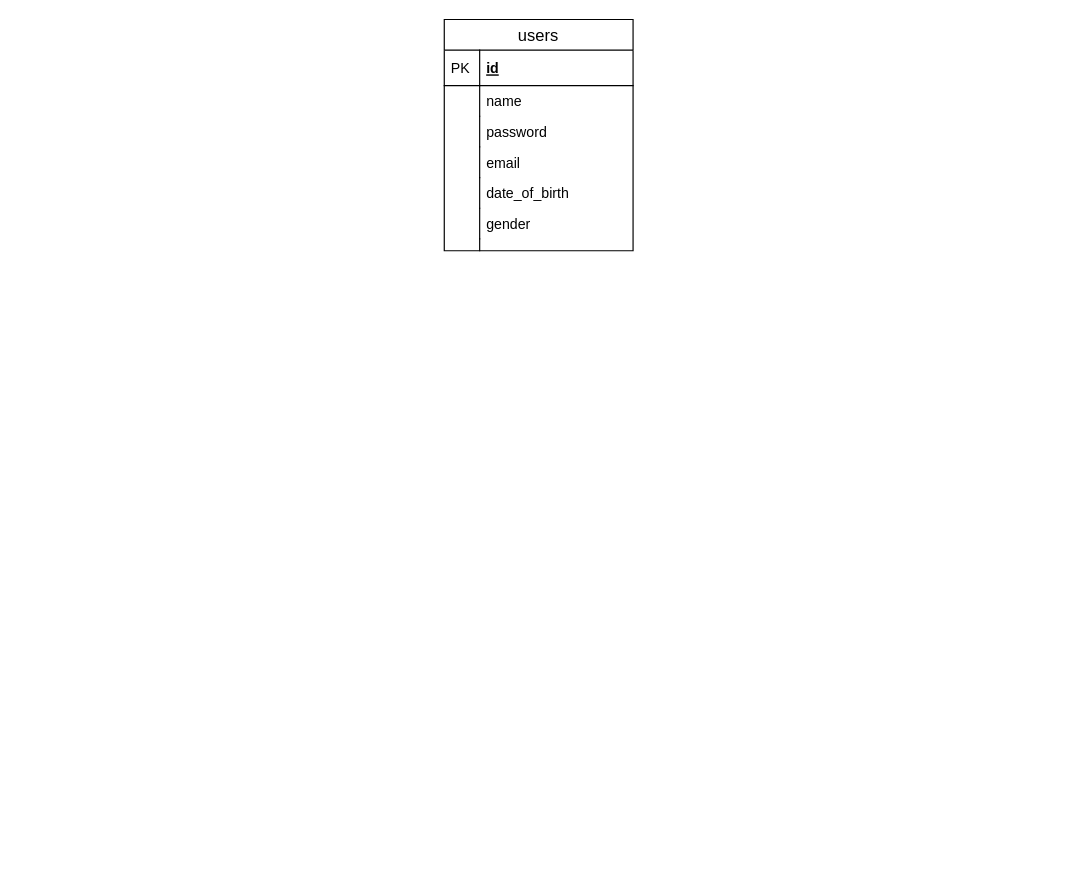
This is page "ERD" (2 of 2) of Diagrams.drawio from brandon-julio-t/mini-classroom, a draw.io file, before an edit. Source tidied: cells renumbered, new cells numbered last; positions are measured from the earlier drawing's top-left corner, leaving out a move shared by most shapes. Both pictures are drawn from the tidied source at 118%, with x=0, y=0 at pixel (444, 19).
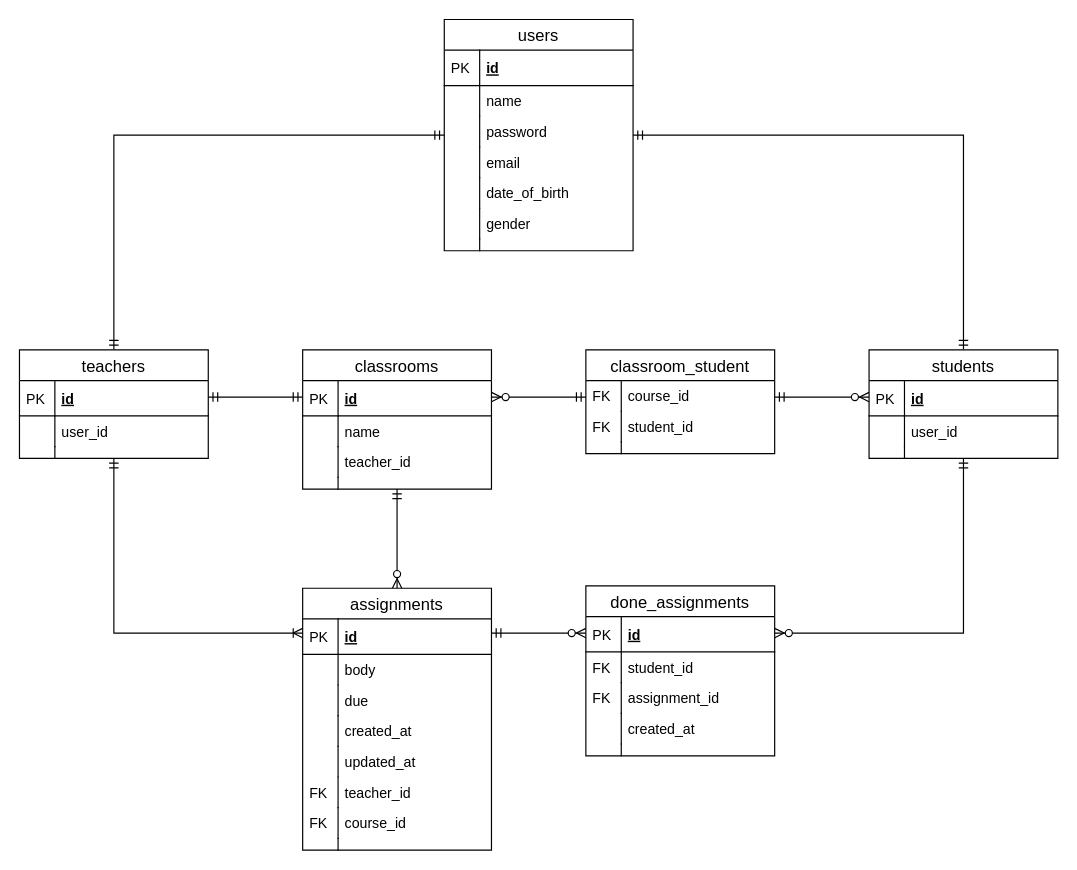
The same page after the edit.

Unchanged cells that the change refers to:
```xml
<mxCell id="2" value="users" style="swimlane;fontStyle=0;horizontal=1;startSize=26;align=center;fontSize=14;" parent="1" vertex="1">
  <mxGeometry width="160" height="196" as="geometry" />
</mxCell>
```

The edit, as a diff of the source:
```diff
@@
+    <mxCell id="17" style="edgeStyle=orthogonalEdgeStyle;rounded=0;jettySize=auto;html=1;endArrow=ERmandOne;endFill=0;startArrow=ERmandOne;startFill=0;" parent="1" edge="1" source="2" target="77">
+      <mxGeometry relative="1" as="geometry" />
+    </mxCell>
+    <mxCell id="18" style="edgeStyle=orthogonalEdgeStyle;rounded=0;jettySize=auto;html=1;startArrow=ERmandOne;startFill=0;endArrow=ERmandOne;endFill=0;" parent="1" edge="1" source="2" target="24">
+      <mxGeometry relative="1" as="geometry" />
+    </mxCell>
+    <mxCell id="19" style="edgeStyle=orthogonalEdgeStyle;rounded=0;jettySize=auto;html=1;startArrow=ERmandOne;startFill=0;endArrow=ERoneToMany;endFill=0;" parent="1" edge="1" source="24" target="44">
+      <mxGeometry relative="1" as="geometry">
+        <Array as="points">
+          <mxPoint x="-280" y="520" />
+        </Array>
+      </mxGeometry>
+    </mxCell>
+    <mxCell id="20" style="edgeStyle=orthogonalEdgeStyle;rounded=0;jettySize=auto;html=1;endArrow=ERzeroToMany;endFill=1;startArrow=ERmandOne;startFill=0;" parent="1" edge="1" source="77" target="33">
+      <mxGeometry relative="1" as="geometry">
+        <Array as="points">
+          <mxPoint x="440" y="520" />
+        </Array>
+      </mxGeometry>
+    </mxCell>
+    <mxCell id="21" style="edgeStyle=orthogonalEdgeStyle;rounded=0;jettySize=auto;html=1;endArrow=ERzeroToMany;endFill=1;startArrow=ERmandOne;startFill=0;" parent="1" edge="1" source="44" target="33">
+      <mxGeometry relative="1" as="geometry">
+        <Array as="points">
+          <mxPoint x="80" y="520" />
+          <mxPoint x="80" y="520" />
+        </Array>
+      </mxGeometry>
+    </mxCell>
+    <mxCell id="22" style="edgeStyle=orthogonalEdgeStyle;rounded=0;jettySize=auto;html=1;endArrow=ERmandOne;endFill=0;startArrow=ERzeroToMany;startFill=1;" parent="1" edge="1" source="44" target="61">
+      <mxGeometry relative="1" as="geometry" />
+    </mxCell>
+    <mxCell id="23" style="edgeStyle=orthogonalEdgeStyle;rounded=0;jettySize=auto;html=1;startArrow=ERmandOne;startFill=0;endArrow=ERmandOne;endFill=0;" parent="1" edge="1" source="24" target="61">
+      <mxGeometry relative="1" as="geometry">
+        <Array as="points">
+          <mxPoint x="-180" y="320" />
+          <mxPoint x="-180" y="320" />
+        </Array>
+      </mxGeometry>
+    </mxCell>
+    <mxCell id="24" value="teachers" style="swimlane;fontStyle=0;horizontal=1;startSize=26;align=center;fontSize=14;" parent="1" vertex="1">
+      <mxGeometry x="-360" y="280" width="160" height="92" as="geometry" />
+    </mxCell>
+    <mxCell id="25" value="id" style="shape=partialRectangle;top=0;left=0;right=0;bottom=1;align=left;verticalAlign=middle;fillColor=none;spacingLeft=34;spacingRight=4;overflow=hidden;fontStyle=5;fontSize=12;" parent="24" vertex="1">
+      <mxGeometry y="26" width="160" height="30" as="geometry" />
+    </mxCell>
+    <mxCell id="26" value="PK" style="shape=partialRectangle;top=0;left=0;bottom=0;fillColor=none;align=left;verticalAlign=middle;spacingLeft=4;spacingRight=4;overflow=hidden;fontSize=12;" parent="25" vertex="1">
+      <mxGeometry width="30" height="30" as="geometry" />
+    </mxCell>
+    <mxCell id="27" value="user_id" style="shape=partialRectangle;top=0;left=0;right=0;bottom=0;align=left;verticalAlign=top;fillColor=none;spacingLeft=34;spacingRight=4;overflow=hidden;fontSize=12;" parent="24" vertex="1">
+      <mxGeometry y="56" width="160" height="26" as="geometry" />
+    </mxCell>
+    <mxCell id="28" style="shape=partialRectangle;top=0;left=0;bottom=0;fillColor=none;align=left;verticalAlign=top;spacingLeft=4;spacingRight=4;overflow=hidden;fontSize=12;" parent="27" vertex="1">
+      <mxGeometry width="30" height="26" as="geometry" />
+    </mxCell>
+    <mxCell id="29" style="shape=partialRectangle;top=0;left=0;right=0;bottom=0;align=left;verticalAlign=top;fillColor=none;spacingLeft=34;spacingRight=4;overflow=hidden;fontSize=12;" parent="24" vertex="1">
+      <mxGeometry y="82" width="160" height="10" as="geometry" />
+    </mxCell>
+    <mxCell id="30" style="shape=partialRectangle;top=0;left=0;bottom=0;fillColor=none;align=left;verticalAlign=top;spacingLeft=4;spacingRight=4;overflow=hidden;fontSize=12;" parent="29" vertex="1">
+      <mxGeometry width="30" height="10" as="geometry" />
+    </mxCell>
+    <mxCell id="31" style="edgeStyle=orthogonalEdgeStyle;rounded=0;jettySize=auto;html=1;startArrow=ERmandOne;startFill=0;endArrow=ERzeroToMany;endFill=1;" parent="1" edge="1" source="70" target="61">
+      <mxGeometry relative="1" as="geometry">
+        <Array as="points">
+          <mxPoint x="100" y="320" />
+          <mxPoint x="100" y="320" />
+        </Array>
+      </mxGeometry>
+    </mxCell>
+    <mxCell id="32" style="edgeStyle=orthogonalEdgeStyle;rounded=0;jettySize=auto;html=1;startArrow=ERmandOne;startFill=0;endArrow=ERzeroToMany;endFill=1;" parent="1" edge="1" source="70" target="77">
+      <mxGeometry relative="1" as="geometry">
+        <Array as="points">
+          <mxPoint x="300" y="320" />
+          <mxPoint x="300" y="320" />
+        </Array>
+      </mxGeometry>
+    </mxCell>
+    <mxCell id="33" value="done_assignments" style="swimlane;fontStyle=0;horizontal=1;startSize=26;align=center;fontSize=14;" parent="1" vertex="1">
+      <mxGeometry x="120" y="480" width="160" height="144" as="geometry" />
+    </mxCell>
+    <mxCell id="34" value="id" style="shape=partialRectangle;top=0;left=0;right=0;bottom=1;align=left;verticalAlign=middle;fillColor=none;spacingLeft=34;spacingRight=4;overflow=hidden;fontStyle=5;fontSize=12;" parent="33" vertex="1">
+      <mxGeometry y="26" width="160" height="30" as="geometry" />
+    </mxCell>
+    <mxCell id="35" value="PK" style="shape=partialRectangle;top=0;left=0;bottom=0;fillColor=none;align=left;verticalAlign=middle;spacingLeft=4;spacingRight=4;overflow=hidden;fontSize=12;" parent="34" vertex="1">
+      <mxGeometry width="30" height="30" as="geometry" />
+    </mxCell>
+    <mxCell id="36" value="student_id" style="shape=partialRectangle;top=0;left=0;right=0;bottom=0;align=left;verticalAlign=top;fillColor=none;spacingLeft=34;spacingRight=4;overflow=hidden;fontSize=12;" parent="33" vertex="1">
+      <mxGeometry y="56" width="160" height="26" as="geometry" />
+    </mxCell>
+    <mxCell id="37" value="FK" style="shape=partialRectangle;top=0;left=0;bottom=0;fillColor=none;align=left;verticalAlign=top;spacingLeft=4;spacingRight=4;overflow=hidden;fontSize=12;" parent="36" vertex="1">
+      <mxGeometry width="30" height="26" as="geometry" />
+    </mxCell>
+    <mxCell id="38" value="assignment_id" style="shape=partialRectangle;top=0;left=0;right=0;bottom=0;align=left;verticalAlign=top;fillColor=none;spacingLeft=34;spacingRight=4;overflow=hidden;fontSize=12;" parent="33" vertex="1">
+      <mxGeometry y="82" width="160" height="26" as="geometry" />
+    </mxCell>
+    <mxCell id="39" value="FK" style="shape=partialRectangle;top=0;left=0;bottom=0;fillColor=none;align=left;verticalAlign=top;spacingLeft=4;spacingRight=4;overflow=hidden;fontSize=12;" parent="38" vertex="1">
+      <mxGeometry width="30" height="26" as="geometry" />
+    </mxCell>
+    <mxCell id="40" value="created_at" style="shape=partialRectangle;top=0;left=0;right=0;bottom=0;align=left;verticalAlign=top;fillColor=none;spacingLeft=34;spacingRight=4;overflow=hidden;fontSize=12;" parent="33" vertex="1">
+      <mxGeometry y="108" width="160" height="26" as="geometry" />
+    </mxCell>
+    <mxCell id="41" style="shape=partialRectangle;top=0;left=0;bottom=0;fillColor=none;align=left;verticalAlign=top;spacingLeft=4;spacingRight=4;overflow=hidden;fontSize=12;" parent="40" vertex="1">
+      <mxGeometry width="30" height="26" as="geometry" />
+    </mxCell>
+    <mxCell id="42" style="shape=partialRectangle;top=0;left=0;right=0;bottom=0;align=left;verticalAlign=top;fillColor=none;spacingLeft=34;spacingRight=4;overflow=hidden;fontSize=12;" parent="33" vertex="1">
+      <mxGeometry y="134" width="160" height="10" as="geometry" />
+    </mxCell>
+    <mxCell id="43" style="shape=partialRectangle;top=0;left=0;bottom=0;fillColor=none;align=left;verticalAlign=top;spacingLeft=4;spacingRight=4;overflow=hidden;fontSize=12;" parent="42" vertex="1">
+      <mxGeometry width="30" height="10" as="geometry" />
+    </mxCell>
+    <mxCell id="44" value="assignments" style="swimlane;fontStyle=0;horizontal=1;startSize=26;align=center;fontSize=14;" parent="1" vertex="1">
+      <mxGeometry x="-120" y="482" width="160" height="222" as="geometry" />
+    </mxCell>
+    <mxCell id="45" value="id" style="shape=partialRectangle;top=0;left=0;right=0;bottom=1;align=left;verticalAlign=middle;fillColor=none;spacingLeft=34;spacingRight=4;overflow=hidden;fontStyle=5;fontSize=12;" parent="44" vertex="1">
+      <mxGeometry y="26" width="160" height="30" as="geometry" />
+    </mxCell>
+    <mxCell id="46" value="PK" style="shape=partialRectangle;top=0;left=0;bottom=0;fillColor=none;align=left;verticalAlign=middle;spacingLeft=4;spacingRight=4;overflow=hidden;fontSize=12;" parent="45" vertex="1">
+      <mxGeometry width="30" height="30" as="geometry" />
+    </mxCell>
+    <mxCell id="47" value="body" style="shape=partialRectangle;top=0;left=0;right=0;bottom=0;align=left;verticalAlign=top;fillColor=none;spacingLeft=34;spacingRight=4;overflow=hidden;fontSize=12;" parent="44" vertex="1">
+      <mxGeometry y="56" width="160" height="26" as="geometry" />
+    </mxCell>
+    <mxCell id="48" style="shape=partialRectangle;top=0;left=0;bottom=0;fillColor=none;align=left;verticalAlign=top;spacingLeft=4;spacingRight=4;overflow=hidden;fontSize=12;" parent="47" vertex="1">
+      <mxGeometry width="30" height="26" as="geometry" />
+    </mxCell>
+    <mxCell id="49" value="due" style="shape=partialRectangle;top=0;left=0;right=0;bottom=0;align=left;verticalAlign=top;fillColor=none;spacingLeft=34;spacingRight=4;overflow=hidden;fontSize=12;" parent="44" vertex="1">
+      <mxGeometry y="82" width="160" height="26" as="geometry" />
+    </mxCell>
+    <mxCell id="50" style="shape=partialRectangle;top=0;left=0;bottom=0;fillColor=none;align=left;verticalAlign=top;spacingLeft=4;spacingRight=4;overflow=hidden;fontSize=12;" parent="49" vertex="1">
+      <mxGeometry width="30" height="26" as="geometry" />
+    </mxCell>
+    <mxCell id="51" value="created_at" style="shape=partialRectangle;top=0;left=0;right=0;bottom=0;align=left;verticalAlign=top;fillColor=none;spacingLeft=34;spacingRight=4;overflow=hidden;fontSize=12;" parent="44" vertex="1">
+      <mxGeometry y="108" width="160" height="26" as="geometry" />
+    </mxCell>
+    <mxCell id="52" style="shape=partialRectangle;top=0;left=0;bottom=0;fillColor=none;align=left;verticalAlign=top;spacingLeft=4;spacingRight=4;overflow=hidden;fontSize=12;" parent="51" vertex="1">
+      <mxGeometry width="30" height="26" as="geometry" />
+    </mxCell>
+    <mxCell id="53" value="updated_at" style="shape=partialRectangle;top=0;left=0;right=0;bottom=0;align=left;verticalAlign=top;fillColor=none;spacingLeft=34;spacingRight=4;overflow=hidden;fontSize=12;" parent="44" vertex="1">
+      <mxGeometry y="134" width="160" height="26" as="geometry" />
+    </mxCell>
+    <mxCell id="54" style="shape=partialRectangle;top=0;left=0;bottom=0;fillColor=none;align=left;verticalAlign=top;spacingLeft=4;spacingRight=4;overflow=hidden;fontSize=12;" parent="53" vertex="1">
+      <mxGeometry width="30" height="26" as="geometry" />
+    </mxCell>
+    <mxCell id="55" value="teacher_id" style="shape=partialRectangle;top=0;left=0;right=0;bottom=0;align=left;verticalAlign=top;fillColor=none;spacingLeft=34;spacingRight=4;overflow=hidden;fontSize=12;" parent="44" vertex="1">
+      <mxGeometry y="160" width="160" height="26" as="geometry" />
+    </mxCell>
+    <mxCell id="56" value="FK" style="shape=partialRectangle;top=0;left=0;bottom=0;fillColor=none;align=left;verticalAlign=top;spacingLeft=4;spacingRight=4;overflow=hidden;fontSize=12;" parent="55" vertex="1">
+      <mxGeometry width="30" height="26" as="geometry" />
+    </mxCell>
+    <mxCell id="57" value="course_id" style="shape=partialRectangle;top=0;left=0;right=0;bottom=0;align=left;verticalAlign=top;fillColor=none;spacingLeft=34;spacingRight=4;overflow=hidden;fontSize=12;" parent="44" vertex="1">
+      <mxGeometry y="186" width="160" height="26" as="geometry" />
+    </mxCell>
+    <mxCell id="58" value="FK" style="shape=partialRectangle;top=0;left=0;bottom=0;fillColor=none;align=left;verticalAlign=top;spacingLeft=4;spacingRight=4;overflow=hidden;fontSize=12;" parent="57" vertex="1">
+      <mxGeometry width="30" height="26" as="geometry" />
+    </mxCell>
+    <mxCell id="59" style="shape=partialRectangle;top=0;left=0;right=0;bottom=0;align=left;verticalAlign=top;fillColor=none;spacingLeft=34;spacingRight=4;overflow=hidden;fontSize=12;" parent="44" vertex="1">
+      <mxGeometry y="212" width="160" height="10" as="geometry" />
+    </mxCell>
+    <mxCell id="60" style="shape=partialRectangle;top=0;left=0;bottom=0;fillColor=none;align=left;verticalAlign=top;spacingLeft=4;spacingRight=4;overflow=hidden;fontSize=12;" parent="59" vertex="1">
+      <mxGeometry width="30" height="10" as="geometry" />
+    </mxCell>
+    <mxCell id="61" value="classrooms" style="swimlane;fontStyle=0;horizontal=1;startSize=26;align=center;fontSize=14;" parent="1" vertex="1">
+      <mxGeometry x="-120" y="280" width="160" height="118" as="geometry" />
+    </mxCell>
+    <mxCell id="62" value="id" style="shape=partialRectangle;top=0;left=0;right=0;bottom=1;align=left;verticalAlign=middle;fillColor=none;spacingLeft=34;spacingRight=4;overflow=hidden;fontStyle=5;fontSize=12;" parent="61" vertex="1">
+      <mxGeometry y="26" width="160" height="30" as="geometry" />
+    </mxCell>
+    <mxCell id="63" value="PK" style="shape=partialRectangle;top=0;left=0;bottom=0;fillColor=none;align=left;verticalAlign=middle;spacingLeft=4;spacingRight=4;overflow=hidden;fontSize=12;" parent="62" vertex="1">
+      <mxGeometry width="30" height="30" as="geometry" />
+    </mxCell>
+    <mxCell id="64" value="name" style="shape=partialRectangle;top=0;left=0;right=0;bottom=0;align=left;verticalAlign=top;fillColor=none;spacingLeft=34;spacingRight=4;overflow=hidden;fontSize=12;" parent="61" vertex="1">
+      <mxGeometry y="56" width="160" height="26" as="geometry" />
+    </mxCell>
+    <mxCell id="65" style="shape=partialRectangle;top=0;left=0;bottom=0;fillColor=none;align=left;verticalAlign=top;spacingLeft=4;spacingRight=4;overflow=hidden;fontSize=12;" parent="64" vertex="1">
+      <mxGeometry width="30" height="26" as="geometry" />
+    </mxCell>
+    <mxCell id="66" value="teacher_id" style="shape=partialRectangle;top=0;left=0;right=0;bottom=0;align=left;verticalAlign=top;fillColor=none;spacingLeft=34;spacingRight=4;overflow=hidden;fontSize=12;" parent="61" vertex="1">
+      <mxGeometry y="82" width="160" height="26" as="geometry" />
+    </mxCell>
+    <mxCell id="67" style="shape=partialRectangle;top=0;left=0;bottom=0;fillColor=none;align=left;verticalAlign=top;spacingLeft=4;spacingRight=4;overflow=hidden;fontSize=12;" parent="66" vertex="1">
+      <mxGeometry width="30" height="26" as="geometry" />
+    </mxCell>
+    <mxCell id="68" style="shape=partialRectangle;top=0;left=0;right=0;bottom=0;align=left;verticalAlign=top;fillColor=none;spacingLeft=34;spacingRight=4;overflow=hidden;fontSize=12;" parent="61" vertex="1">
+      <mxGeometry y="108" width="160" height="10" as="geometry" />
+    </mxCell>
+    <mxCell id="69" style="shape=partialRectangle;top=0;left=0;bottom=0;fillColor=none;align=left;verticalAlign=top;spacingLeft=4;spacingRight=4;overflow=hidden;fontSize=12;" parent="68" vertex="1">
+      <mxGeometry width="30" height="10" as="geometry" />
+    </mxCell>
+    <mxCell id="70" value="classroom_student" style="swimlane;fontStyle=0;horizontal=1;startSize=26;align=center;fontSize=14;" parent="1" vertex="1">
+      <mxGeometry x="120" y="280" width="160" height="88" as="geometry" />
+    </mxCell>
+    <mxCell id="71" value="course_id" style="shape=partialRectangle;top=0;left=0;right=0;bottom=0;align=left;verticalAlign=top;fillColor=none;spacingLeft=34;spacingRight=4;overflow=hidden;fontSize=12;" parent="70" vertex="1">
+      <mxGeometry y="26" width="160" height="26" as="geometry" />
+    </mxCell>
+    <mxCell id="72" value="FK" style="shape=partialRectangle;top=0;left=0;bottom=0;fillColor=none;align=left;verticalAlign=top;spacingLeft=4;spacingRight=4;overflow=hidden;fontSize=12;" parent="71" vertex="1">
+      <mxGeometry width="30" height="26" as="geometry" />
+    </mxCell>
+    <mxCell id="73" value="student_id" style="shape=partialRectangle;top=0;left=0;right=0;bottom=0;align=left;verticalAlign=top;fillColor=none;spacingLeft=34;spacingRight=4;overflow=hidden;fontSize=12;" parent="70" vertex="1">
+      <mxGeometry y="52" width="160" height="26" as="geometry" />
+    </mxCell>
+    <mxCell id="74" value="FK" style="shape=partialRectangle;top=0;left=0;bottom=0;fillColor=none;align=left;verticalAlign=top;spacingLeft=4;spacingRight=4;overflow=hidden;fontSize=12;" parent="73" vertex="1">
+      <mxGeometry width="30" height="26" as="geometry" />
+    </mxCell>
+    <mxCell id="75" style="shape=partialRectangle;top=0;left=0;right=0;bottom=0;align=left;verticalAlign=top;fillColor=none;spacingLeft=34;spacingRight=4;overflow=hidden;fontSize=12;" parent="70" vertex="1">
+      <mxGeometry y="78" width="160" height="10" as="geometry" />
+    </mxCell>
+    <mxCell id="76" style="shape=partialRectangle;top=0;left=0;bottom=0;fillColor=none;align=left;verticalAlign=top;spacingLeft=4;spacingRight=4;overflow=hidden;fontSize=12;" parent="75" vertex="1">
+      <mxGeometry width="30" height="10" as="geometry" />
+    </mxCell>
+    <mxCell id="77" value="students" style="swimlane;fontStyle=0;horizontal=1;startSize=26;align=center;fontSize=14;" parent="1" vertex="1">
+      <mxGeometry x="360" y="280" width="160" height="92" as="geometry" />
+    </mxCell>
+    <mxCell id="78" value="id" style="shape=partialRectangle;top=0;left=0;right=0;bottom=1;align=left;verticalAlign=middle;fillColor=none;spacingLeft=34;spacingRight=4;overflow=hidden;fontStyle=5;fontSize=12;" parent="77" vertex="1">
+      <mxGeometry y="26" width="160" height="30" as="geometry" />
+    </mxCell>
+    <mxCell id="79" value="PK" style="shape=partialRectangle;top=0;left=0;bottom=0;fillColor=none;align=left;verticalAlign=middle;spacingLeft=4;spacingRight=4;overflow=hidden;fontSize=12;" parent="78" vertex="1">
+      <mxGeometry width="30" height="30" as="geometry" />
+    </mxCell>
+    <mxCell id="80" value="user_id" style="shape=partialRectangle;top=0;left=0;right=0;bottom=0;align=left;verticalAlign=top;fillColor=none;spacingLeft=34;spacingRight=4;overflow=hidden;fontSize=12;" parent="77" vertex="1">
+      <mxGeometry y="56" width="160" height="26" as="geometry" />
+    </mxCell>
+    <mxCell id="81" style="shape=partialRectangle;top=0;left=0;bottom=0;fillColor=none;align=left;verticalAlign=top;spacingLeft=4;spacingRight=4;overflow=hidden;fontSize=12;" parent="80" vertex="1">
+      <mxGeometry width="30" height="26" as="geometry" />
+    </mxCell>
+    <mxCell id="82" style="shape=partialRectangle;top=0;left=0;right=0;bottom=0;align=left;verticalAlign=top;fillColor=none;spacingLeft=34;spacingRight=4;overflow=hidden;fontSize=12;" parent="77" vertex="1">
+      <mxGeometry y="82" width="160" height="10" as="geometry" />
+    </mxCell>
+    <mxCell id="83" style="shape=partialRectangle;top=0;left=0;bottom=0;fillColor=none;align=left;verticalAlign=top;spacingLeft=4;spacingRight=4;overflow=hidden;fontSize=12;" parent="82" vertex="1">
+      <mxGeometry width="30" height="10" as="geometry" />
+    </mxCell>
```
